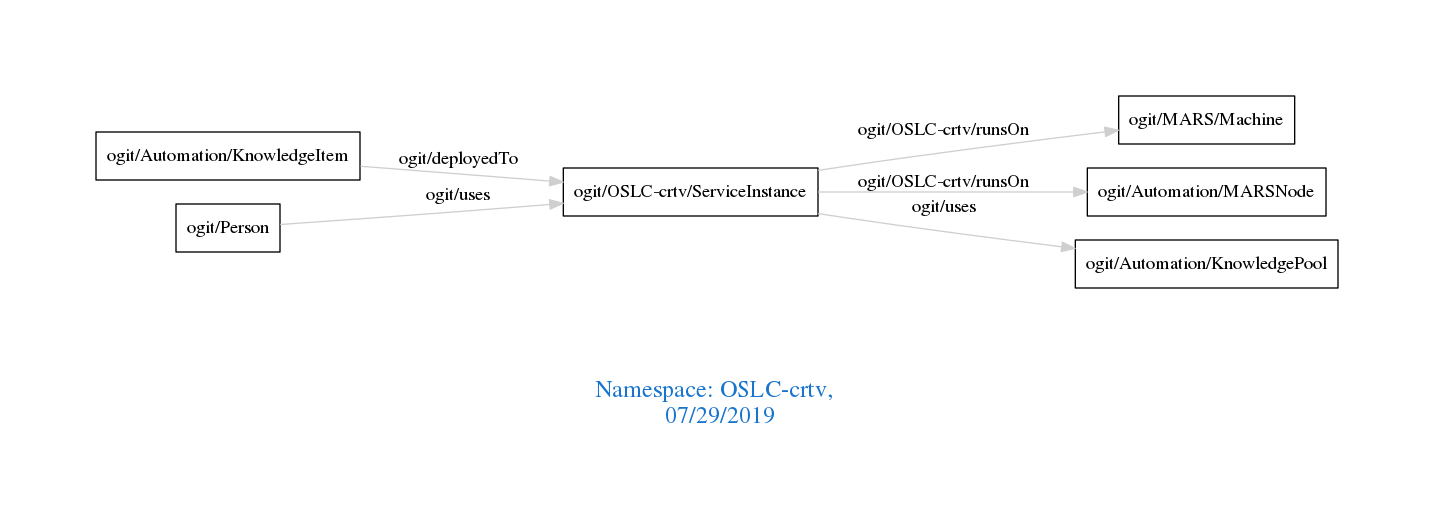
Above: downloads/OSLC-crtv.png in arago/OGIT (Graphviz), before the change. Its source is kept beside it as downloads/OSLC-crtv.dot.
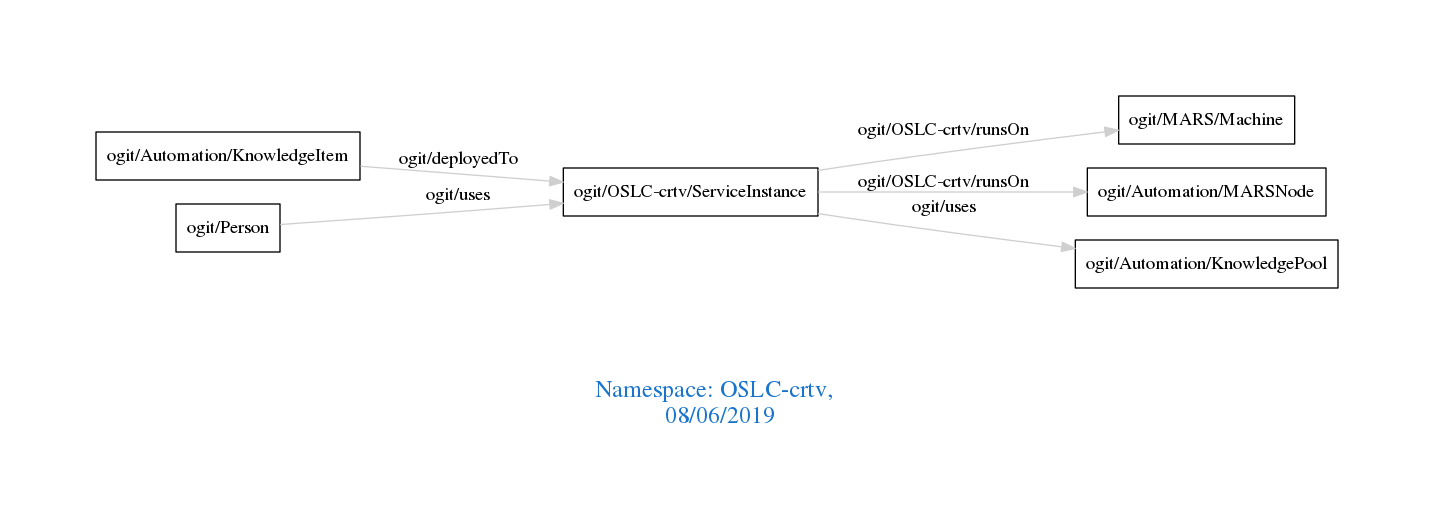
The same diagram one commit later.

What changed in the source:
```diff
@@ -1,7 +1,7 @@
 digraph OGIT_ontology {
  graph [ rankdir= LR,pad=1
 fontsize = 18,
-fontcolor= dodgerblue3,label = "\n\n\nNamespace: OSLC-crtv, \n 07/29/2019"];
+fontcolor= dodgerblue3,label = "\n\n\nNamespace: OSLC-crtv, \n 08/06/2019"];
 node[shape=polygon];
 edge [  color="gray81"];
 
```
